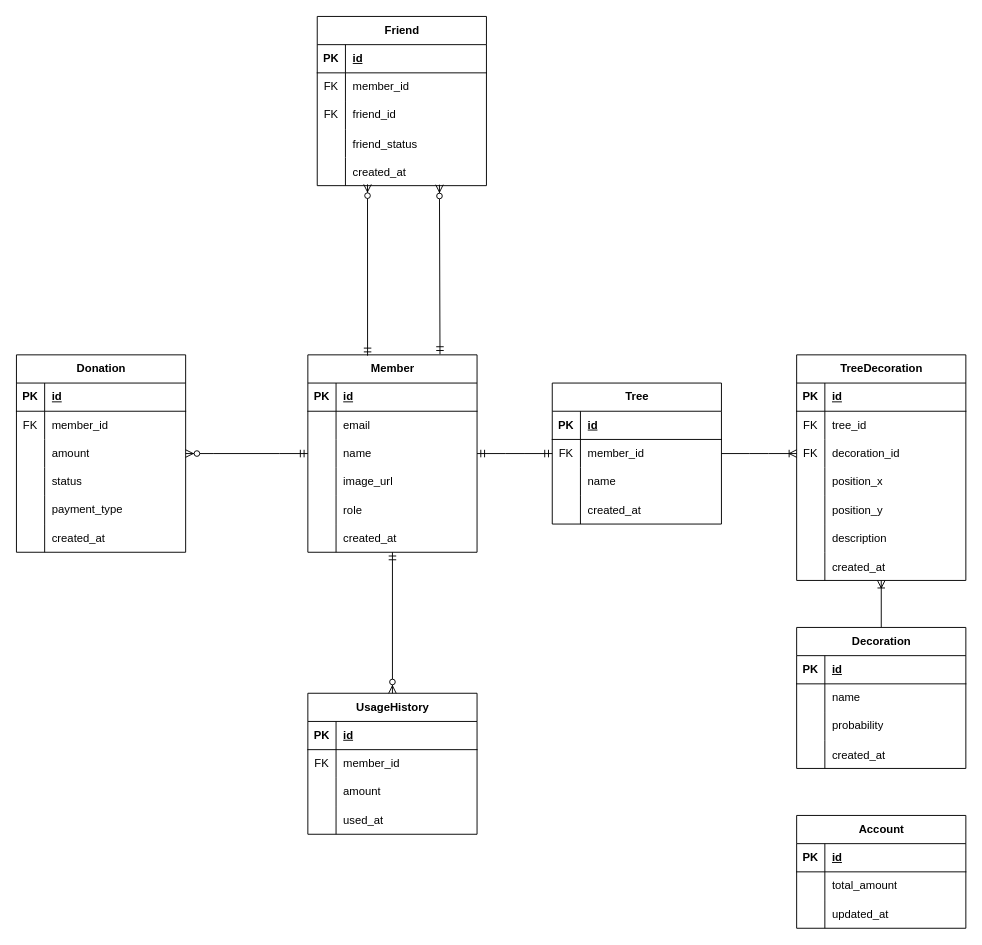
The draw.io diagram ChaeumERD.drawio in 2025-Advanced-Capstone-Chaeum/ERD, before the edit. Source tidied: cells renumbered, new cells numbered last; positions are measured from the earlier drawing's top-left corner, leaving out a move shared by most shapes. Both pictures are drawn from the tidied source at 94%, with x=0, y=0 at pixel (16, 16).
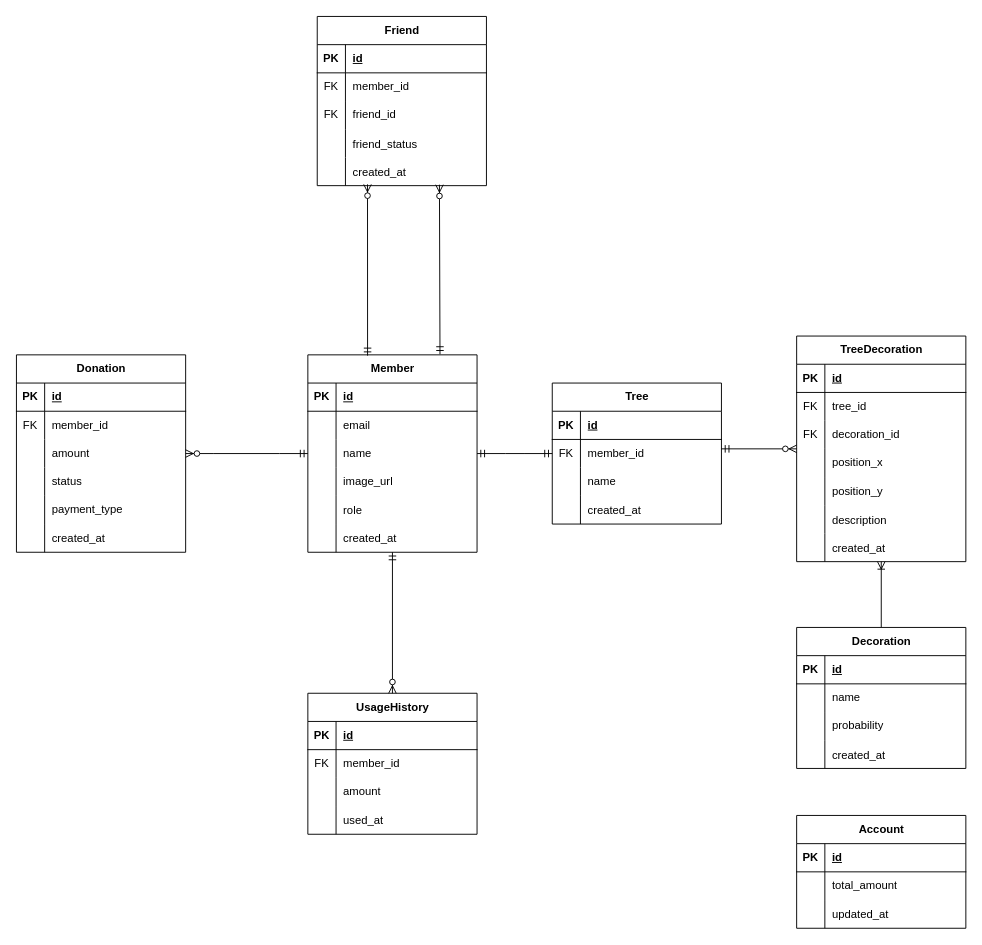
The same diagram, later.

Commit message:
docs: Tree - TreeDecoration 필수 관계 정리

The change refers to these unchanged cells:
```xml
<mxCell id="26" style="shape=tableRow;horizontal=0;startSize=0;swimlaneHead=0;swimlaneBody=0;fillColor=none;points=[[0,0.5],[1,0.5]];portConstraint=eastwest;top=0;left=0;right=0;bottom=0;" parent="22" vertex="1">
  <mxGeometry y="60" width="180" height="30" as="geometry" />
</mxCell>
<mxCell id="44" style="shape=tableRow;horizontal=0;startSize=0;swimlaneHead=0;swimlaneBody=0;fillColor=none;points=[[0,0.5],[1,0.5]];portConstraint=eastwest;top=0;left=0;right=0;bottom=0;" parent="37" vertex="1">
  <mxGeometry y="90" width="180" height="30" as="geometry" />
</mxCell>
```

What changed in the source:
```diff
@@
+    <mxCell id="134" style="edgeStyle=none;rounded=0;jettySize=auto;html=1;exitX=0;exitY=0.5;exitDx=0;exitDy=0;" parent="1" edge="1" source="44" target="37">
+      <mxGeometry relative="1" as="geometry" />
+    </mxCell>
@@
-    <mxCell id="35" style="edgeStyle=entityRelationEdgeStyle;fontSize=12;html=1;endArrow=ERoneToMany;rounded=0;exitX=1;exitY=0.5;exitDx=0;exitDy=0;" parent="1" edge="1" source="26">
-      <mxGeometry relative="1" as="geometry">
-        <mxPoint x="830" y="465" as="targetPoint" />
-      </mxGeometry>
-    </mxCell>
@@
     <mxCell id="37" value="TreeDecoration" style="shape=table;startSize=30;childLayout=tableLayout;rowLines=0;fontStyle=1;align=center;html=1;" parent="1" vertex="1">
-      <mxGeometry x="830" y="360" width="180" height="240" as="geometry" />
+      <mxGeometry x="830" y="340" width="180" height="240" as="geometry" />
     </mxCell>
@@
+    <mxCell id="135" style="fontSize=12;html=1;endArrow=ERzeroToMany;startArrow=ERmandOne;rounded=0;" parent="1" edge="1" target="37">
+      <mxGeometry relative="1" as="geometry">
+        <mxPoint x="750" y="460" as="sourcePoint" />
+      </mxGeometry>
+    </mxCell>
```
